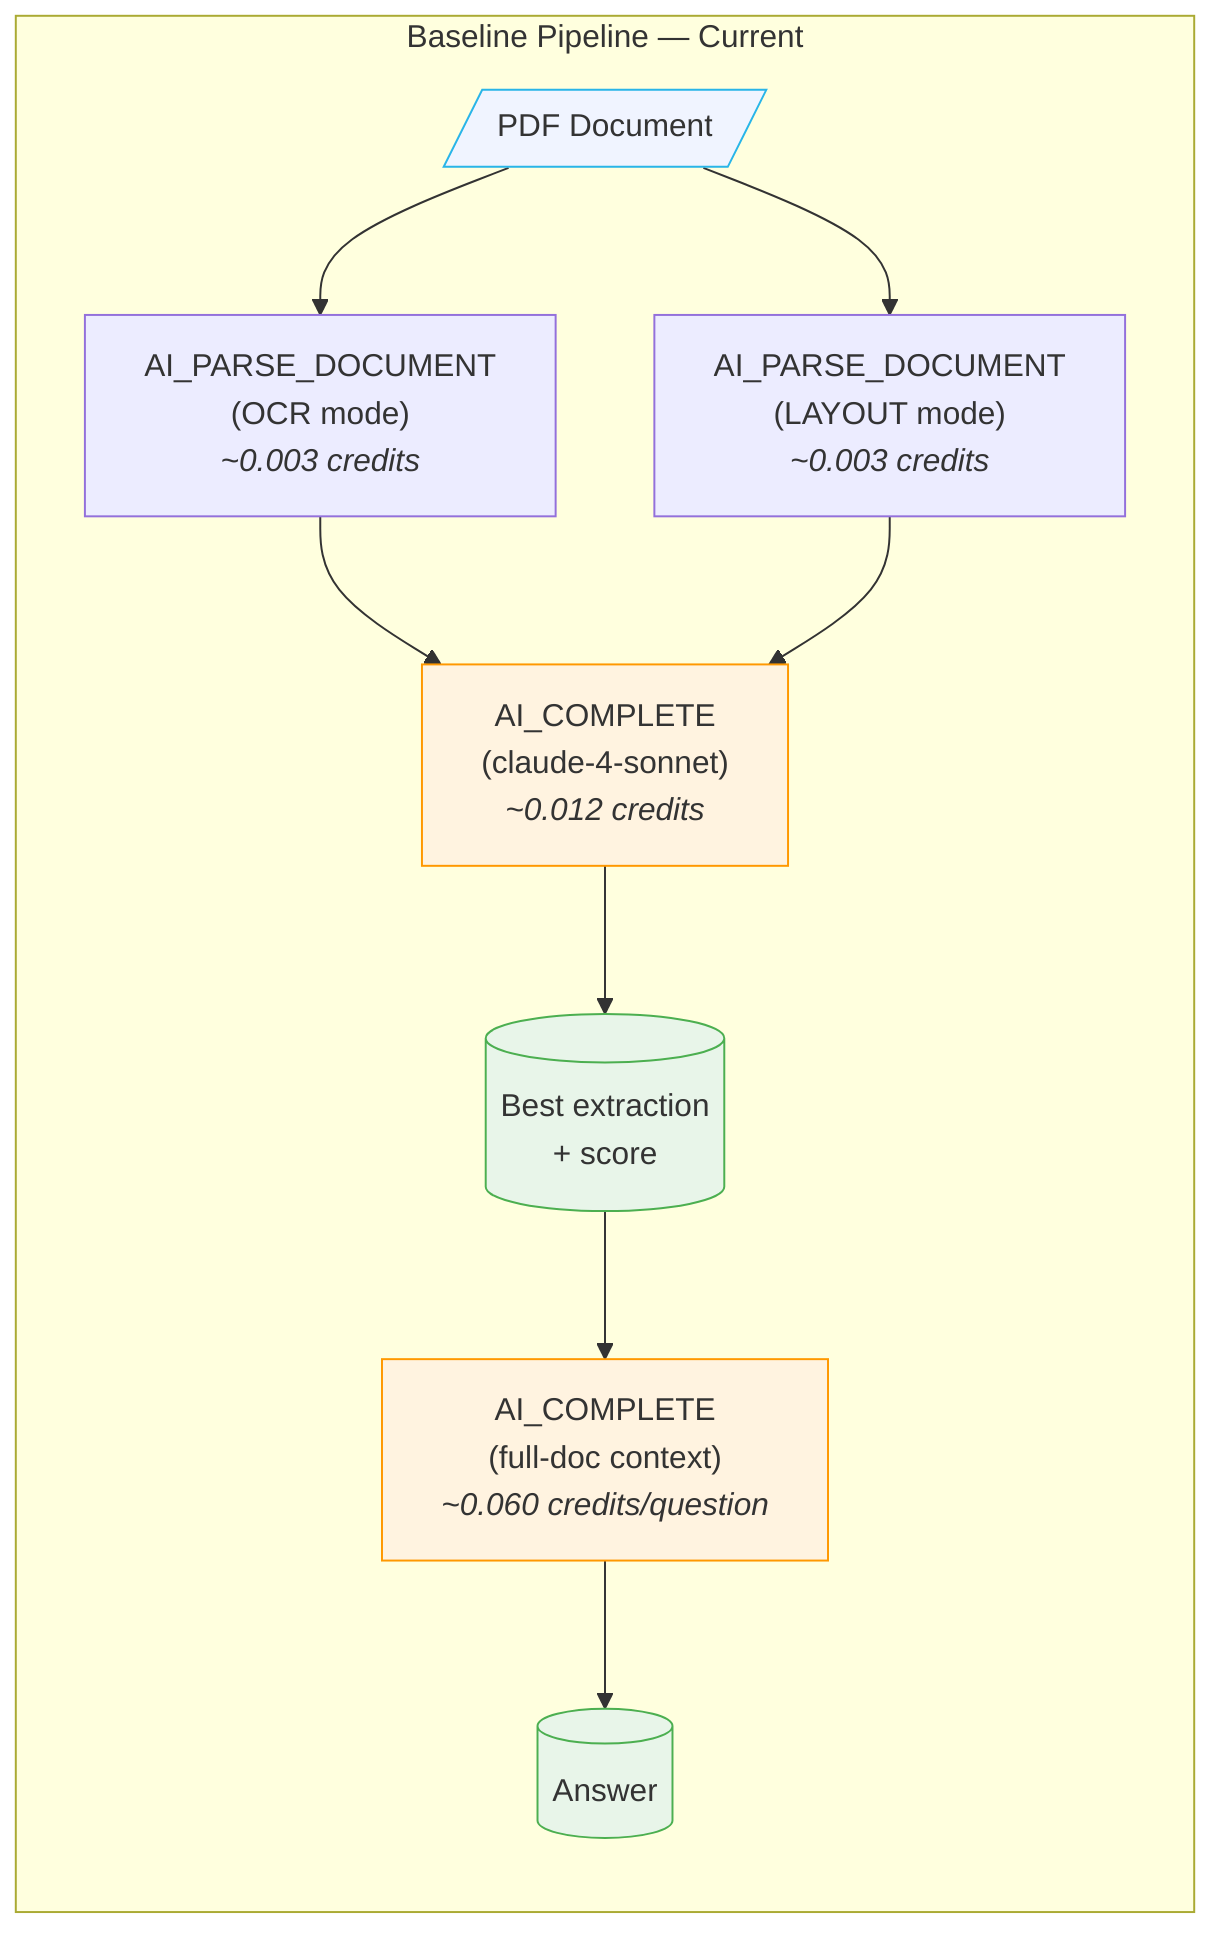
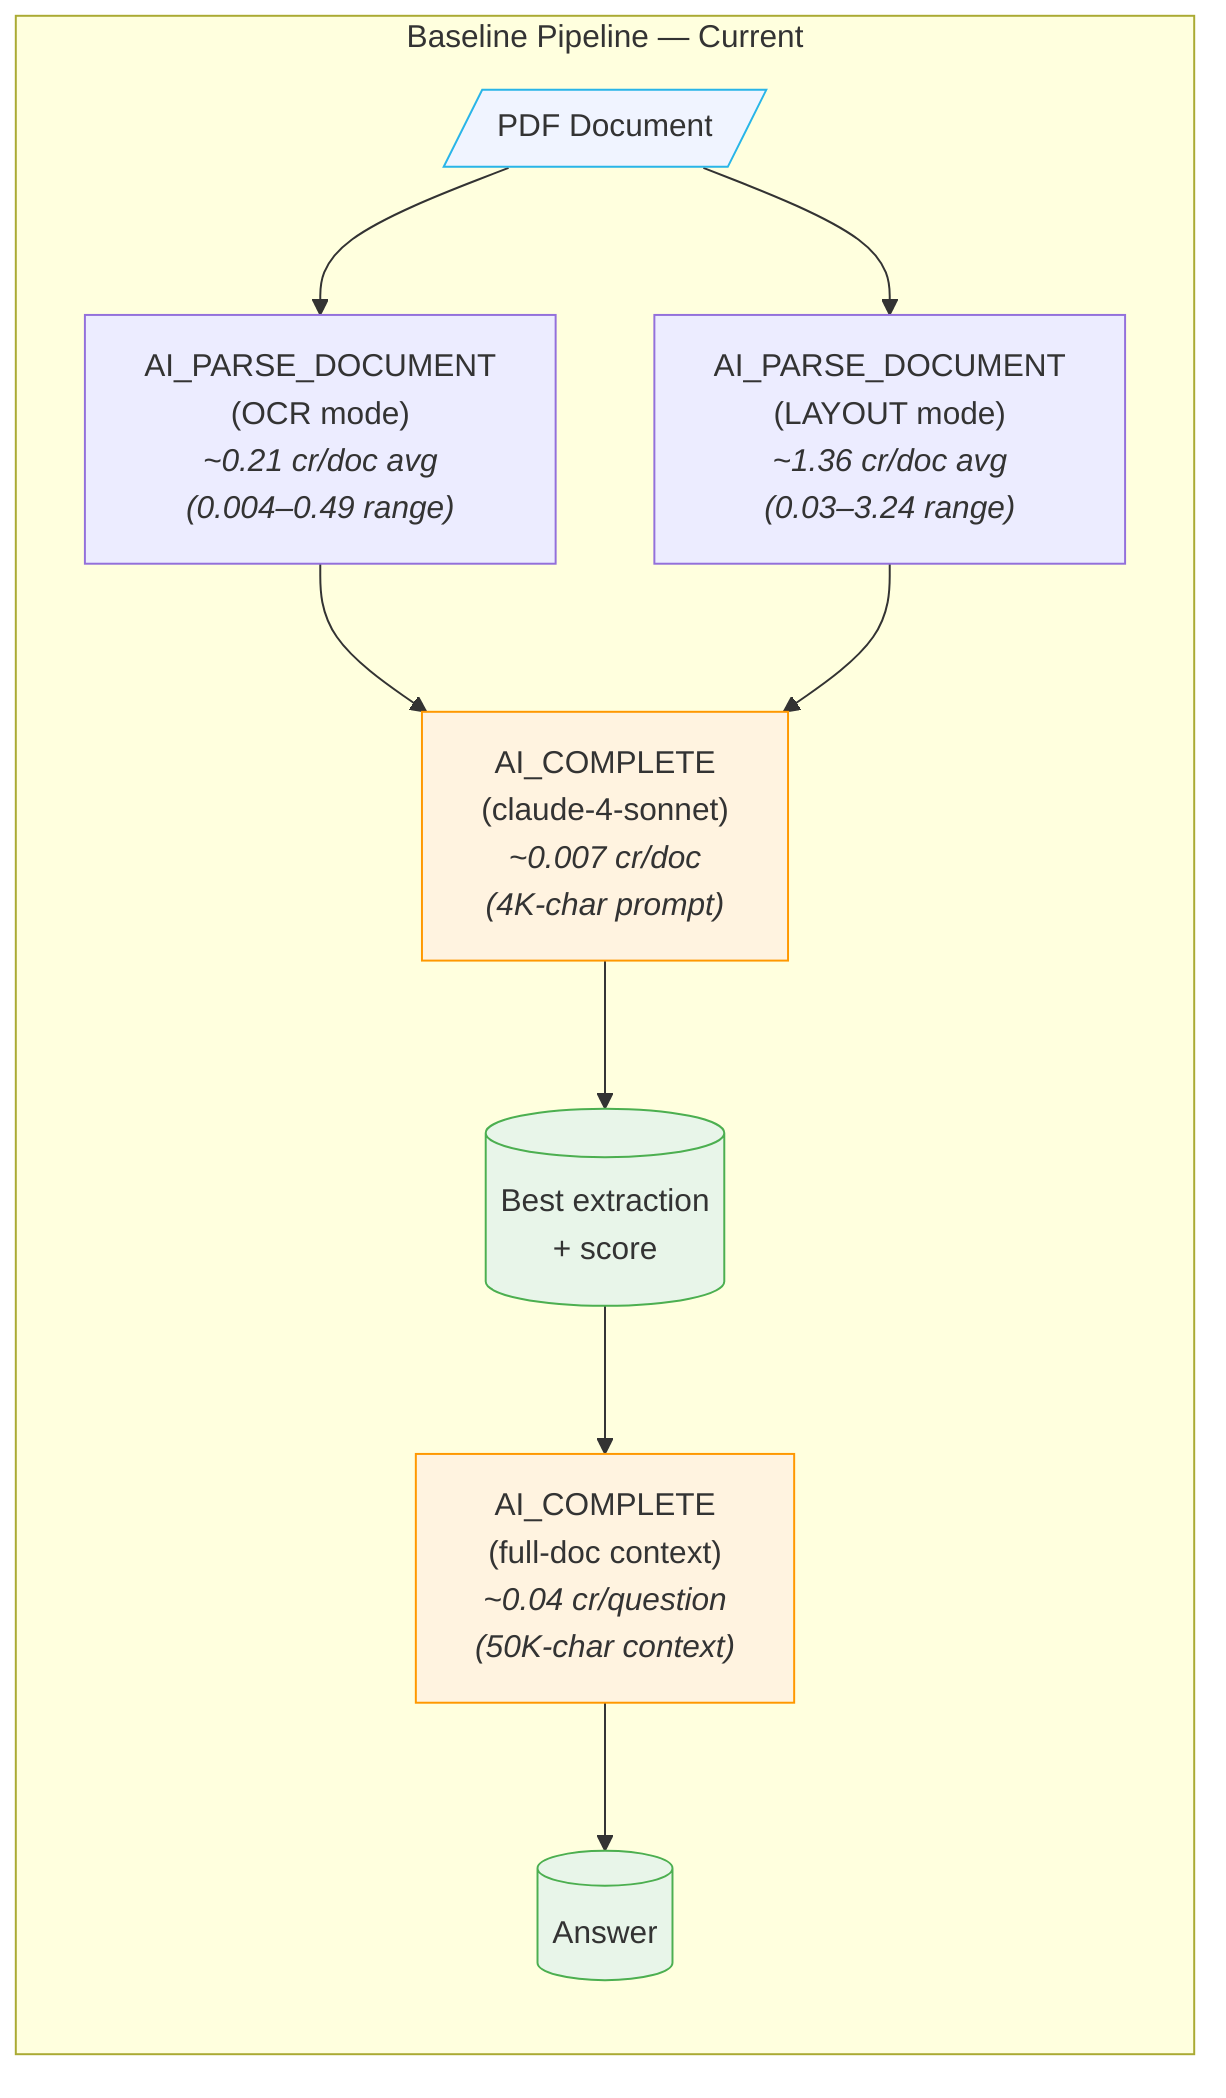
%% Baseline Pipeline (Current customer baseline)
%% PDF → OCR + LAYOUT → claude-4-sonnet scorer → result
+ %% Credit values measured on 9-doc federal-regulatory corpus
+ %% Source: ACCOUNT_USAGE.CORTEX_AI_FUNCTIONS_USAGE_HISTORY, last 7d

graph LR
    subgraph "Baseline Pipeline — Current"
        PDF[/"PDF Document"/]
-         OCR["AI_PARSE_DOCUMENT<br/>(OCR mode)<br/><i>~0.003 credits</i>"]
-         LAYOUT["AI_PARSE_DOCUMENT<br/>(LAYOUT mode)<br/><i>~0.003 credits</i>"]
-         SCORER["AI_COMPLETE<br/>(claude-4-sonnet)<br/><i>~0.012 credits</i>"]
+         OCR["AI_PARSE_DOCUMENT<br/>(OCR mode)<br/><i>~0.21 cr/doc avg<br/>(0.004–0.49 range)</i>"]
+         LAYOUT["AI_PARSE_DOCUMENT<br/>(LAYOUT mode)<br/><i>~1.36 cr/doc avg<br/>(0.03–3.24 range)</i>"]
+         SCORER["AI_COMPLETE<br/>(claude-4-sonnet)<br/><i>~0.007 cr/doc<br/>(4K-char prompt)</i>"]
        RESULT[("Best extraction<br/>+ score")]
-         QA_FULL["AI_COMPLETE<br/>(full-doc context)<br/><i>~0.060 credits/question</i>"]
+         QA_FULL["AI_COMPLETE<br/>(full-doc context)<br/><i>~0.04 cr/question<br/>(50K-char context)</i>"]
        ANSWER[("Answer")]

        PDF --> OCR
        PDF --> LAYOUT
        OCR --> SCORER
        LAYOUT --> SCORER
        SCORER --> RESULT
        RESULT --> QA_FULL
        QA_FULL --> ANSWER
    end

    style PDF fill:#f0f4ff,stroke:#29b5e8
    style SCORER fill:#fff3e0,stroke:#ff9800
    style QA_FULL fill:#fff3e0,stroke:#ff9800
    style RESULT fill:#e8f5e9,stroke:#4caf50
    style ANSWER fill:#e8f5e9,stroke:#4caf50
